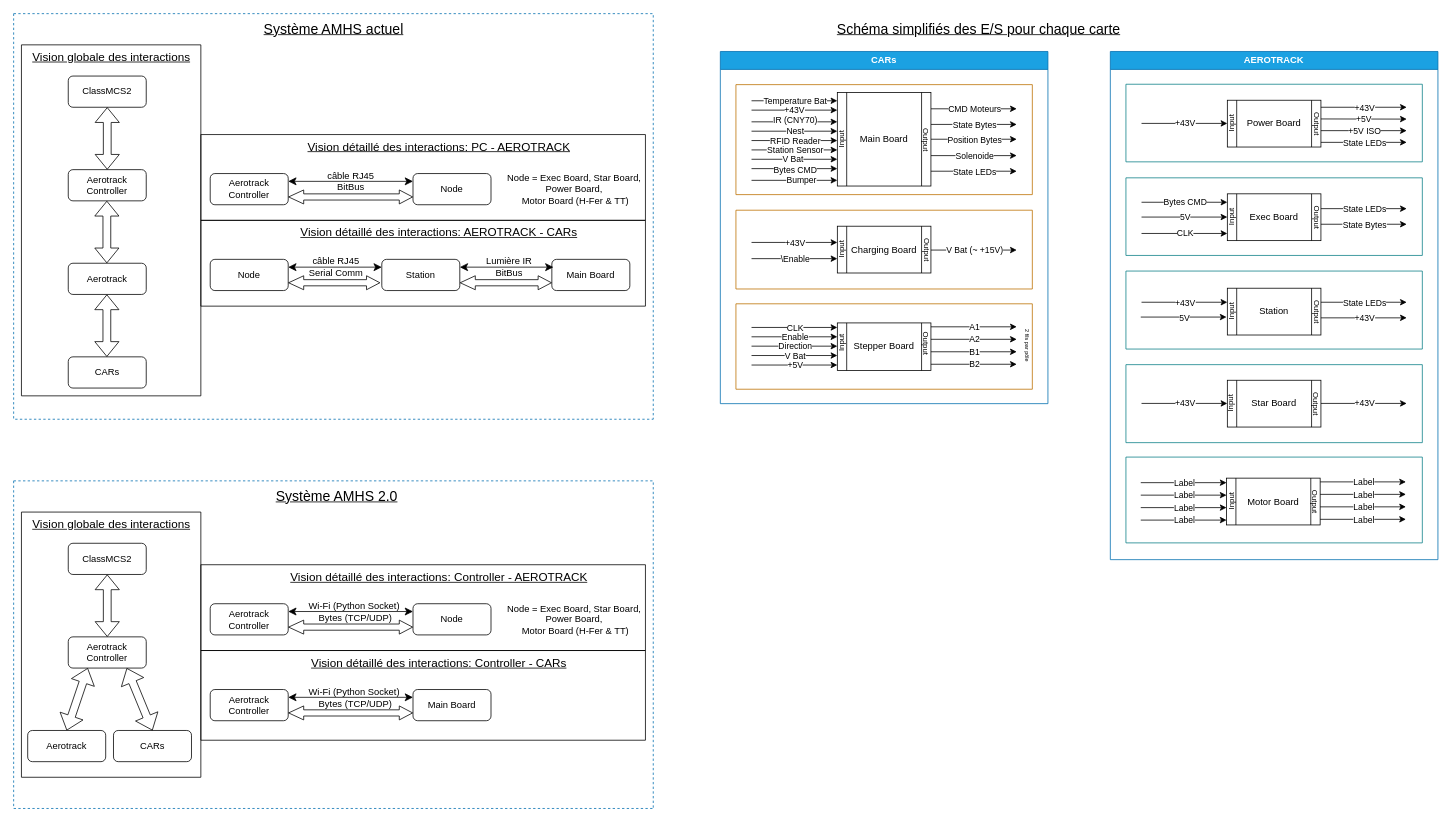
Above: Documentation/Schéma Bloc Système AMHS.drawio in benjamin-bourdiau/AMHS_2.0 (draw.io), before the change. Source tidied: cells renumbered, new cells numbered last; positions are measured from the earlier drawing's top-left corner, leaving out a move shared by most shapes. Both pictures are drawn from the tidied source at 78%, with x=0, y=0 at pixel (13, 13).
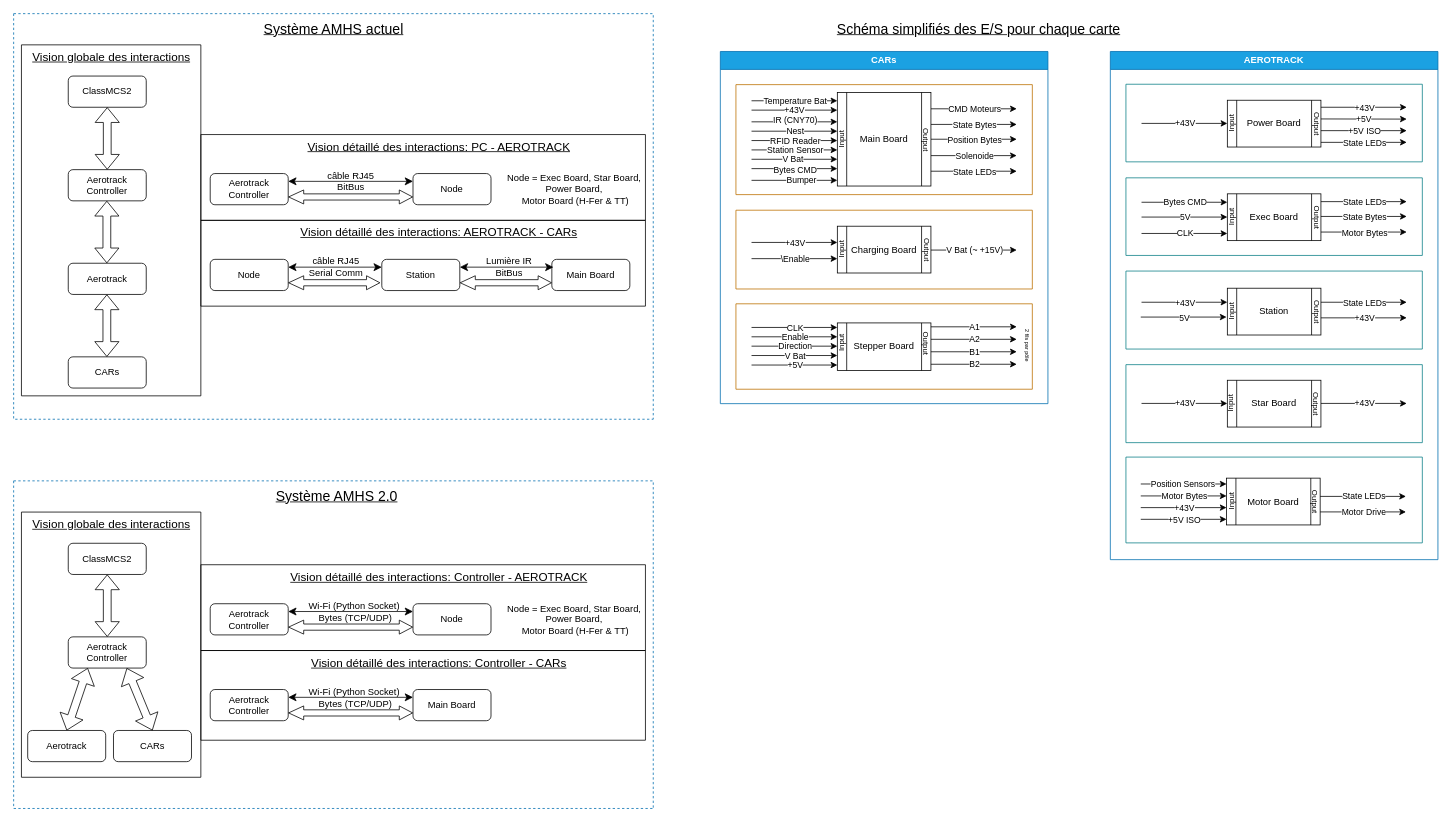
Above is the later version.

Unchanged cells that the change refers to:
```xml
<mxCell id="147" value="AEROTRACK" style="swimlane;whiteSpace=wrap;html=1;fillColor=#1ba1e2;fontColor=#ffffff;strokeColor=#006EAF;" parent="1" vertex="1">
  <mxGeometry x="1406" y="48.5" width="420" height="651.5" as="geometry" />
</mxCell>
<mxCell id="175" style="endArrow=classic;html=1;rounded=0;" parent="147" edge="1">
  <mxGeometry relative="1" as="geometry">
    <mxPoint x="39" y="584.8" as="sourcePoint" />
    <mxPoint x="149" y="584.8" as="targetPoint" />
  </mxGeometry>
</mxCell>
```

The edit, as a diff of the source:
```diff
@@
     <mxCell id="148" style="endArrow=classic;html=1;rounded=0;" parent="147" edge="1">
       <mxGeometry relative="1" as="geometry">
-        <mxPoint x="270" y="221.5" as="sourcePoint" />
-        <mxPoint x="380" y="221.5" as="targetPoint" />
+        <mxPoint x="270" y="211.5" as="sourcePoint" />
+        <mxPoint x="380" y="211.5" as="targetPoint" />
       </mxGeometry>
     </mxCell>
@@
     <mxCell id="150" style="endArrow=classic;html=1;rounded=0;" parent="147" edge="1">
       <mxGeometry relative="1" as="geometry">
-        <mxPoint x="270" y="201.5" as="sourcePoint" />
-        <mxPoint x="380" y="201.5" as="targetPoint" />
+        <mxPoint x="270" y="192.5" as="sourcePoint" />
+        <mxPoint x="380" y="192.5" as="targetPoint" />
       </mxGeometry>
     </mxCell>
@@
-    <mxCell id="171" style="endArrow=classic;html=1;rounded=0;" parent="147" edge="1">
-      <mxGeometry relative="1" as="geometry">
-        <mxPoint x="39" y="552.8" as="sourcePoint" />
-        <mxPoint x="149" y="552.8" as="targetPoint" />
-      </mxGeometry>
-    </mxCell>
-    <mxCell id="172" value="Label" style="edgeLabel;html=1;align=center;verticalAlign=middle;" parent="171" vertex="1">
-      <mxGeometry relative="1" as="geometry" />
-    </mxCell>
     <mxCell id="173" style="endArrow=classic;html=1;rounded=0;" parent="147" edge="1">
       <mxGeometry relative="1" as="geometry">
-        <mxPoint x="39" y="568.8" as="sourcePoint" />
-        <mxPoint x="149" y="568.8" as="targetPoint" />
+        <mxPoint x="39" y="569.8" as="sourcePoint" />
+        <mxPoint x="149" y="569.8" as="targetPoint" />
       </mxGeometry>
     </mxCell>
-    <mxCell id="174" value="Label" style="edgeLabel;html=1;align=center;verticalAlign=middle;" parent="173" vertex="1">
+    <mxCell id="174" value="Motor Bytes" style="edgeLabel;html=1;align=center;verticalAlign=middle;" parent="173" vertex="1">
       <mxGeometry relative="1" as="geometry" />
     </mxCell>
@@
-    <mxCell id="176" value="Label" style="edgeLabel;html=1;align=center;verticalAlign=middle;" parent="175" vertex="1">
+    <mxCell id="176" value="+43V" style="edgeLabel;html=1;align=center;verticalAlign=middle;" parent="175" vertex="1">
       <mxGeometry relative="1" as="geometry" />
     </mxCell>
     <mxCell id="177" style="endArrow=classic;html=1;rounded=0;" parent="147" edge="1">
       <mxGeometry relative="1" as="geometry">
-        <mxPoint x="39" y="600.8" as="sourcePoint" />
-        <mxPoint x="149" y="600.8" as="targetPoint" />
+        <mxPoint x="39" y="599.8" as="sourcePoint" />
+        <mxPoint x="149" y="599.8" as="targetPoint" />
       </mxGeometry>
     </mxCell>
-    <mxCell id="178" value="Label" style="edgeLabel;html=1;align=center;verticalAlign=middle;" parent="177" vertex="1">
+    <mxCell id="178" value="+5V ISO" style="edgeLabel;html=1;align=center;verticalAlign=middle;" parent="177" vertex="1">
       <mxGeometry relative="1" as="geometry" />
     </mxCell>
+    <mxCell id="187" style="swimlane;startSize=0;fillColor=#b0e3e6;strokeColor=#0e8088;" parent="147" vertex="1">
+      <mxGeometry x="20" y="520" width="380" height="110" as="geometry" />
+    </mxCell>
+    <mxCell id="181" style="endArrow=classic;html=1;rounded=0;" parent="187" edge="1">
+      <mxGeometry relative="1" as="geometry">
+        <mxPoint x="249" y="70.3" as="sourcePoint" />
+        <mxPoint x="359" y="70.3" as="targetPoint" />
+      </mxGeometry>
+    </mxCell>
+    <mxCell id="182" value="Motor Drive" style="edgeLabel;html=1;align=center;verticalAlign=middle;" parent="181" vertex="1">
+      <mxGeometry relative="1" as="geometry" />
+    </mxCell>
-    <mxCell id="179" style="endArrow=classic;html=1;rounded=0;" parent="147" edge="1">
+    <mxCell id="179" style="endArrow=classic;html=1;rounded=0;" parent="187" edge="1">
       <mxGeometry relative="1" as="geometry">
-        <mxPoint x="269" y="551.8" as="sourcePoint" />
-        <mxPoint x="379" y="551.8" as="targetPoint" />
+        <mxPoint x="249" y="50.4" as="sourcePoint" />
+        <mxPoint x="359" y="50.4" as="targetPoint" />
       </mxGeometry>
     </mxCell>
-    <mxCell id="180" value="Label" style="edgeLabel;html=1;align=center;verticalAlign=middle;" parent="179" vertex="1">
+    <mxCell id="180" value="State LEDs" style="edgeLabel;html=1;align=center;verticalAlign=middle;" parent="179" vertex="1">
       <mxGeometry relative="1" as="geometry" />
     </mxCell>
-    <mxCell id="181" style="endArrow=classic;html=1;rounded=0;" parent="147" edge="1">
-      <mxGeometry relative="1" as="geometry">
-        <mxPoint x="269" y="567.8" as="sourcePoint" />
-        <mxPoint x="379" y="567.8" as="targetPoint" />
-      </mxGeometry>
-    </mxCell>
-    <mxCell id="182" value="Label" style="edgeLabel;html=1;align=center;verticalAlign=middle;" parent="181" vertex="1">
-      <mxGeometry relative="1" as="geometry" />
-    </mxCell>
-    <mxCell id="183" style="endArrow=classic;html=1;rounded=0;" parent="147" edge="1">
-      <mxGeometry relative="1" as="geometry">
-        <mxPoint x="269" y="583.8" as="sourcePoint" />
-        <mxPoint x="379" y="583.8" as="targetPoint" />
-      </mxGeometry>
-    </mxCell>
-    <mxCell id="184" value="Label" style="edgeLabel;html=1;align=center;verticalAlign=middle;" parent="183" vertex="1">
-      <mxGeometry relative="1" as="geometry" />
-    </mxCell>
-    <mxCell id="185" style="endArrow=classic;html=1;rounded=0;" parent="147" edge="1">
-      <mxGeometry relative="1" as="geometry">
-        <mxPoint x="269" y="599.8" as="sourcePoint" />
-        <mxPoint x="379" y="599.8" as="targetPoint" />
-      </mxGeometry>
-    </mxCell>
-    <mxCell id="186" value="Label" style="edgeLabel;html=1;align=center;verticalAlign=middle;" parent="185" vertex="1">
-      <mxGeometry relative="1" as="geometry" />
-    </mxCell>
-    <mxCell id="187" style="swimlane;startSize=0;fillColor=#b0e3e6;strokeColor=#0e8088;" parent="147" vertex="1">
-      <mxGeometry x="20" y="520" width="380" height="110" as="geometry" />
-    </mxCell>
@@
+    <mxCell id="171" style="endArrow=classic;html=1;rounded=0;" parent="147" edge="1">
+      <mxGeometry relative="1" as="geometry">
+        <mxPoint x="39" y="554.5" as="sourcePoint" />
+        <mxPoint x="149" y="554.5" as="targetPoint" />
+      </mxGeometry>
+    </mxCell>
+    <mxCell id="172" value="Position Sensors" style="edgeLabel;html=1;align=center;verticalAlign=middle;" parent="171" vertex="1">
+      <mxGeometry relative="1" as="geometry">
+        <mxPoint x="-2" as="offset" />
+      </mxGeometry>
+    </mxCell>
@@
+    <mxCell id="197" style="endArrow=classic;html=1;rounded=0;" parent="1" edge="1">
+      <mxGeometry relative="1" as="geometry">
+        <mxPoint x="1676" y="280" as="sourcePoint" />
+        <mxPoint x="1786" y="280" as="targetPoint" />
+      </mxGeometry>
+    </mxCell>
+    <mxCell id="198" value="Motor Bytes" style="edgeLabel;html=1;align=center;verticalAlign=middle;" parent="197" vertex="1">
+      <mxGeometry relative="1" as="geometry" />
+    </mxCell>
```
